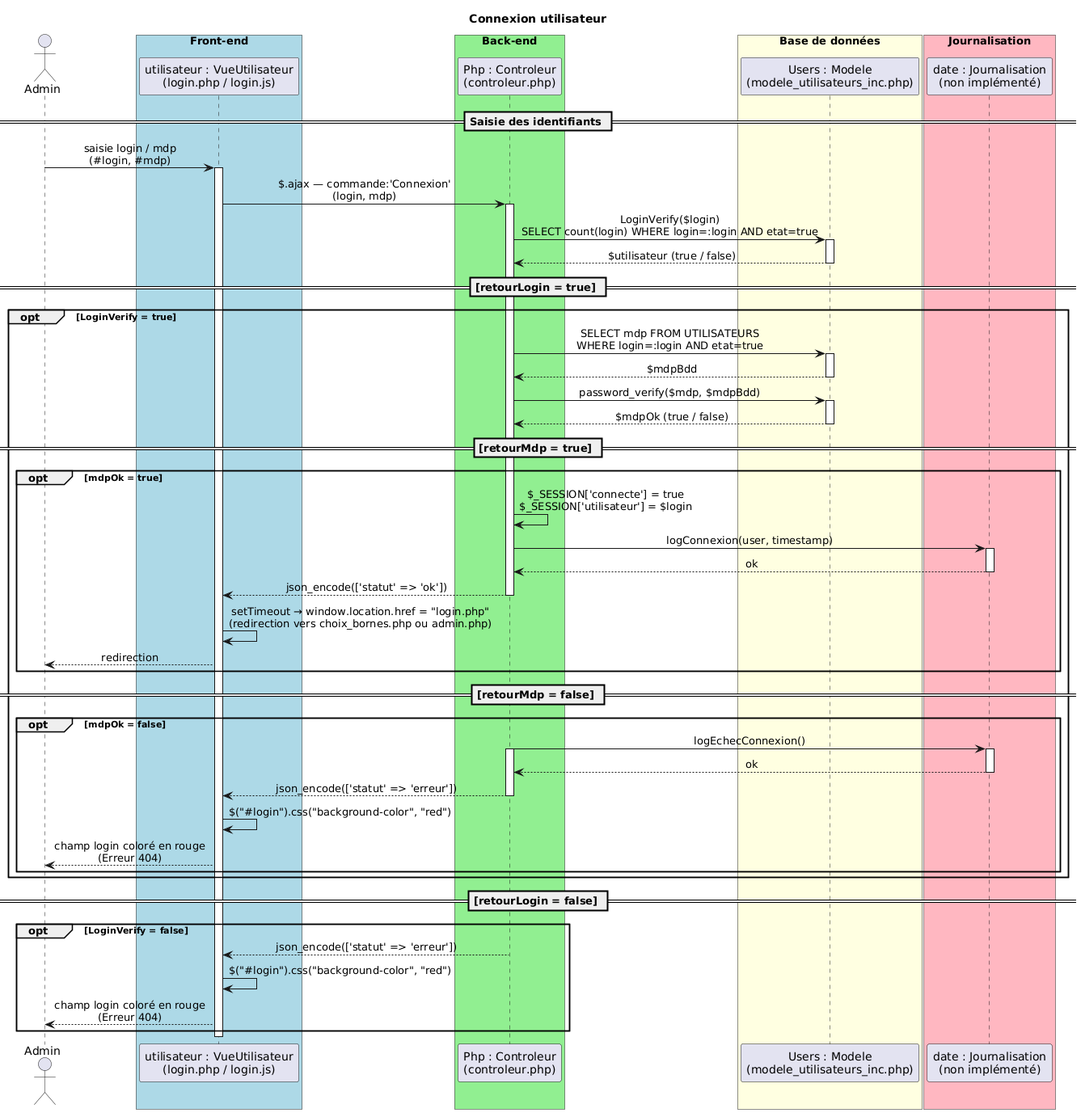
Before: F2/diagramme_de_sequence_gerer_plusieurs_clients.png, a diagram exported from PlantUML (Corentinh2/PROJET_GESTIONNAIRE_DE_CHARGE).
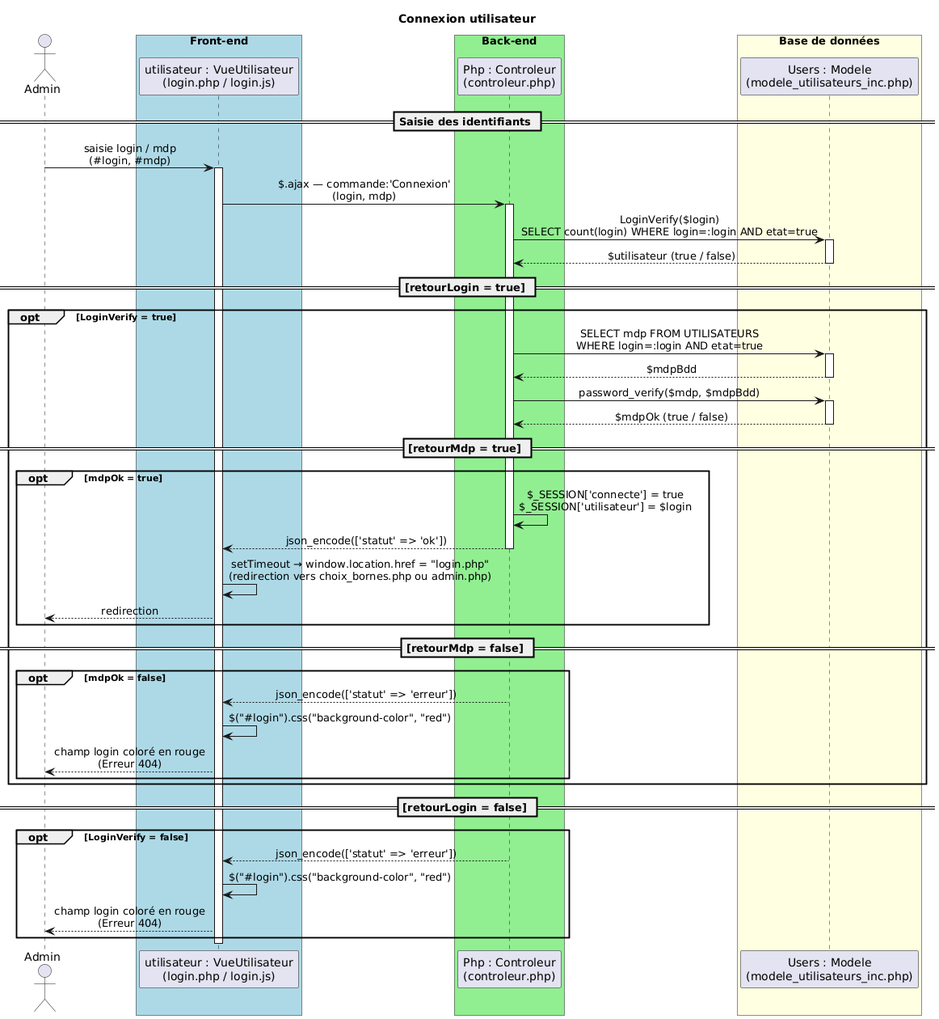
After the change.

The edit, as a diff of the source:
```diff
@@ -16,10 +16,6 @@
 
 box "Base de données" #LightYellow
     participant "Users : Modele\n(modele_utilisateurs_inc.php)" as MODELE
-end box
-
-box "Journalisation" #LightPink
-    participant "date : Journalisation\n(non implémenté)" as LOG
 end box
 
 == Saisie des identifiants ==
@@ -58,11 +54,6 @@
 
         CTRL -> CTRL : $_SESSION['connecte'] = true\n$_SESSION['utilisateur'] = $login
 
-        CTRL -> LOG : logConnexion(user, timestamp)
-        activate LOG
-        LOG --> CTRL : ok
-        deactivate LOG
-
         CTRL --> VUE : json_encode(['statut' => 'ok'])
         deactivate CTRL
 
@@ -75,11 +66,7 @@
 
     opt mdpOk = false
 
-        CTRL -> LOG : logEchecConnexion()
-        activate CTRL
-        activate LOG
-        LOG --> CTRL : ok
-        deactivate LOG
+
 
         CTRL --> VUE : json_encode(['statut' => 'erreur'])
         deactivate CTRL
```
